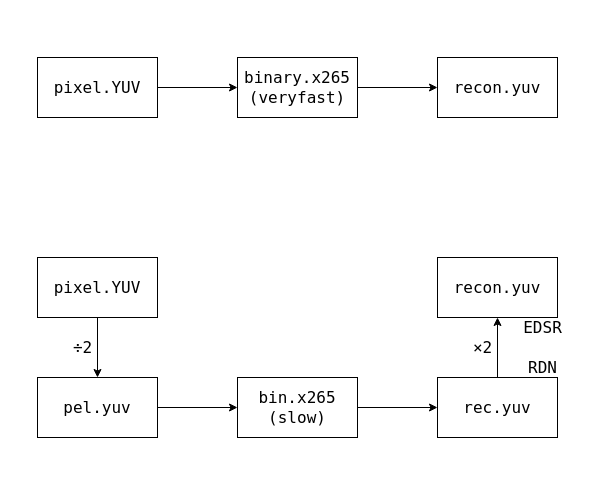
Before: XML/ZTE_VCM_SR.drawio in Joeyrr/draw.io, a draw.io diagram. Source tidied: cells renumbered, new cells numbered last; positions are measured from the earlier drawing's top-left corner, leaving out a move shared by most shapes. Both pictures are drawn from the tidied source at 100%, with x=0, y=0 at pixel (37, 57).
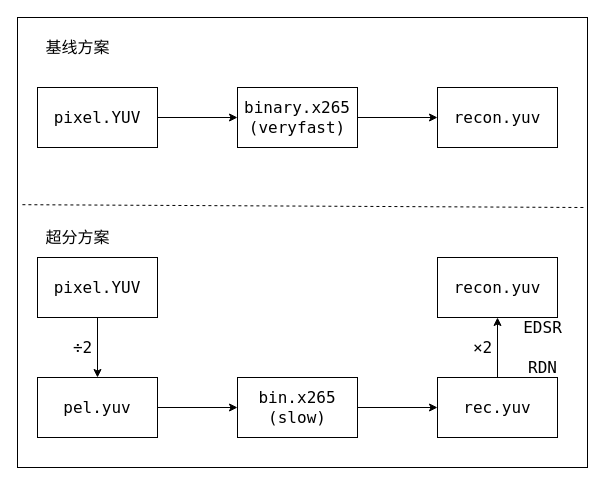
The same page after the edit.

The edit, as a diff of the source:
```diff
@@
     <mxCell id="8" value="pixel.YUV" style="rounded=0;whiteSpace=wrap;html=1;fontSize=16;fontFamily=Lucida Console;" parent="1" vertex="1">
-      <mxGeometry width="120" height="60" as="geometry" />
+      <mxGeometry y="30" width="120" height="60" as="geometry" />
     </mxCell>
@@
     <mxCell id="10" value="binary.x265&lt;br&gt;(veryfast)" style="whiteSpace=wrap;html=1;fontSize=16;fontFamily=Lucida Console;rounded=0;" parent="1" vertex="1">
-      <mxGeometry x="200" width="120" height="60" as="geometry" />
+      <mxGeometry x="200" y="30" width="120" height="60" as="geometry" />
     </mxCell>
     <mxCell id="11" value="recon.yuv" style="whiteSpace=wrap;html=1;fontSize=16;fontFamily=Lucida Console;rounded=0;" parent="1" vertex="1">
-      <mxGeometry x="400" width="120" height="60" as="geometry" />
+      <mxGeometry x="400" y="30" width="120" height="60" as="geometry" />
     </mxCell>
@@
+    <mxCell id="20" value="基线方案" style="text;html=1;align=center;verticalAlign=middle;fillColor=none;strokeColor=none;rounded=0;fontFamily=Lucida Console;fontSize=16;" parent="1" vertex="1">
+      <mxGeometry y="-20" width="80" height="20" as="geometry" />
+    </mxCell>
+    <mxCell id="21" value="超分方案" style="text;html=1;align=center;verticalAlign=middle;fillColor=none;strokeColor=none;rounded=0;fontFamily=Lucida Console;fontSize=16;" parent="1" vertex="1">
+      <mxGeometry y="170" width="80" height="20" as="geometry" />
+    </mxCell>
+    <mxCell id="22" style="rounded=0;whiteSpace=wrap;html=1;fontFamily=Lucida Console;fontSize=16;fillOpacity=0;" parent="1" vertex="1">
+      <mxGeometry x="-20" y="-40" width="570" height="450" as="geometry" />
+    </mxCell>
+    <mxCell id="23" style="endArrow=none;dashed=1;html=1;rounded=0;fontFamily=Lucida Console;fontSize=16;fontColor=default;exitX=-0.002;exitY=0.416;exitDx=0;exitDy=0;exitPerimeter=0;" parent="1" edge="1">
+      <mxGeometry relative="1" as="geometry">
+        <mxPoint x="-15.1" y="147.2" as="sourcePoint" />
+        <mxPoint x="546" y="150" as="targetPoint" />
+      </mxGeometry>
+    </mxCell>
```
